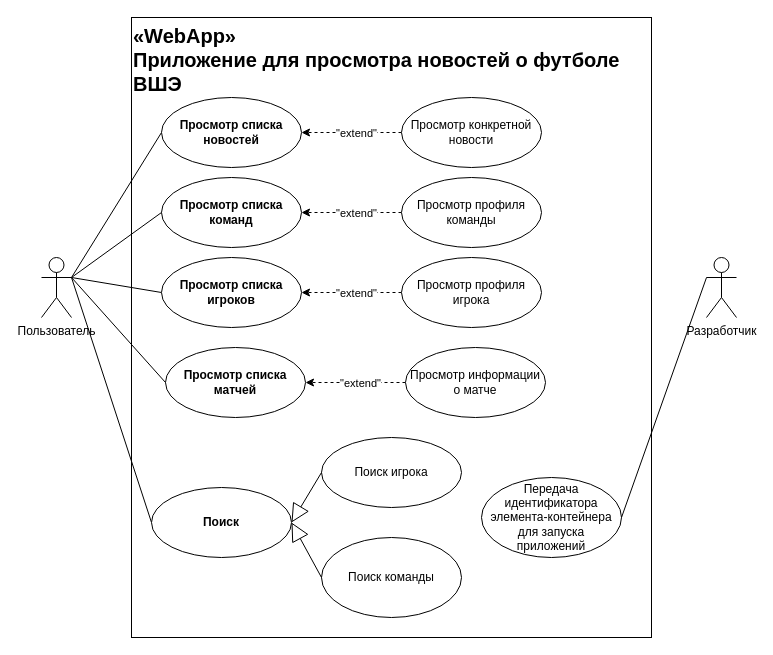
This is JS_HW1_Malanin.drawio from mal91r/JS_HW1, a draw.io file, before an edit. Source tidied: cells renumbered, new cells numbered last; positions are measured from the earlier drawing's top-left corner, leaving out a move shared by most shapes. Both pictures are drawn from the tidied source at 100%, with x=0, y=0 at pixel (41, 17).
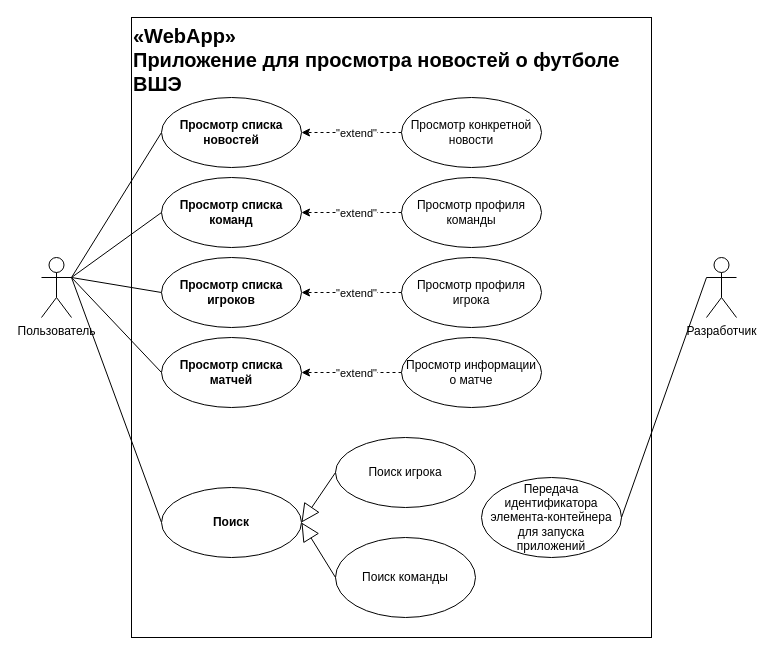
The same diagram, later.

Diff of the diagram source:
```diff
@@
     <mxCell id="10" value="&lt;div&gt;Поиск&lt;/div&gt;" style="ellipse;whiteSpace=wrap;html=1;fontStyle=1;" parent="1" vertex="1">
-      <mxGeometry x="110" y="470" width="140" height="70" as="geometry" />
+      <mxGeometry x="120" y="470" width="140" height="70" as="geometry" />
     </mxCell>
@@
     <mxCell id="15" value="&lt;div&gt;Поиск игрока&lt;/div&gt;" style="ellipse;whiteSpace=wrap;html=1;fontStyle=0;" parent="1" vertex="1">
-      <mxGeometry x="280" y="420" width="140" height="70" as="geometry" />
+      <mxGeometry x="294" y="420" width="140" height="70" as="geometry" />
     </mxCell>
     <mxCell id="16" value="&lt;div&gt;Поиск команды&lt;/div&gt;" style="ellipse;whiteSpace=wrap;html=1;fontStyle=0;" parent="1" vertex="1">
-      <mxGeometry x="280" y="520" width="140" height="80" as="geometry" />
+      <mxGeometry x="294" y="520" width="140" height="80" as="geometry" />
     </mxCell>
@@
     <mxCell id="28" value="&lt;div&gt;&lt;b&gt;Просмотр списка матчей&lt;/b&gt;&lt;/div&gt;" style="ellipse;whiteSpace=wrap;html=1;" parent="1" vertex="1">
-      <mxGeometry x="124" y="330" width="140" height="70" as="geometry" />
+      <mxGeometry x="120" y="320" width="140" height="70" as="geometry" />
     </mxCell>
-    <mxCell id="29" style="edgeStyle=orthogonalEdgeStyle;rounded=0;jettySize=auto;html=1;dashed=1;strokeWidth=1;" parent="1" edge="1" source="31">
-      <mxGeometry relative="1" as="geometry">
-        <mxPoint x="264" y="365" as="targetPoint" />
-      </mxGeometry>
+    <mxCell id="29" style="edgeStyle=orthogonalEdgeStyle;rounded=0;jettySize=auto;html=1;dashed=1;strokeWidth=1;entryX=1;entryY=0.5;entryDx=0;entryDy=0;" parent="1" edge="1" source="31" target="28">
+      <mxGeometry relative="1" as="geometry" />
     </mxCell>
@@
     <mxCell id="31" value="&lt;span style=&quot;font-weight: normal;&quot;&gt;Просмотр информации о матче&lt;/span&gt;" style="ellipse;whiteSpace=wrap;html=1;fontStyle=1;" parent="1" vertex="1">
-      <mxGeometry x="364" y="330" width="140" height="70" as="geometry" />
+      <mxGeometry x="360" y="320" width="140" height="70" as="geometry" />
     </mxCell>
```
